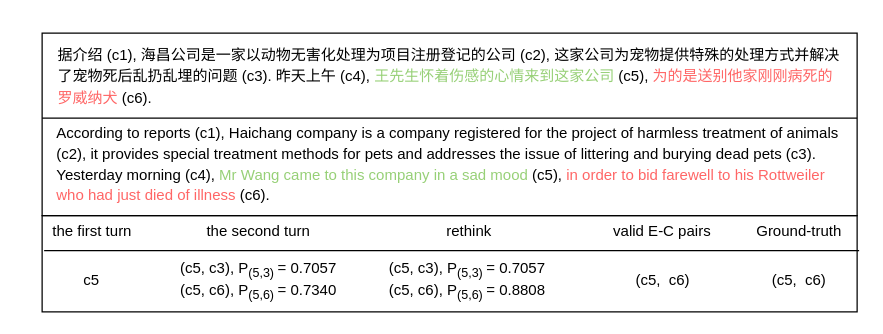
This is case.drawio from zhoucz97/paper_figure, a draw.io file, before an edit. Source tidied: cells renumbered, new cells numbered last; positions are measured from the earlier drawing's top-left corner, leaving out a move shared by most shapes. Both pictures are drawn from the tidied source at 125%, with x=0, y=0 at pixel (34, 32).
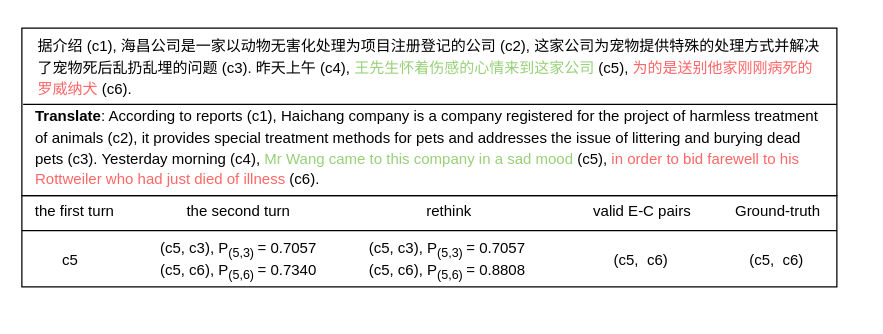
After the change.

The edit, as a diff of the source:
```diff
@@
 <mxGraphModel>
   <root>
     <mxCell id="0" />
     <mxCell id="1" parent="0" />
     <mxCell id="2" style="rounded=0;whiteSpace=wrap;html=1;shadow=0;glass=0;sketch=0;strokeWidth=1;gradientColor=#FFFFFF;fillColor=none;" parent="1" vertex="1">
-      <mxGeometry x="6.2" width="652" height="146" as="geometry" />
+      <mxGeometry x="-10" y="-4" width="652" height="134" as="geometry" />
     </mxCell>
     <mxCell id="3" value="&lt;p style=&quot;line-height: 140%&quot;&gt;据介绍 (c1), 海昌公司是一家以动物无害化处理为项目注册登记的公司 (c2), 这家公司为宠物提供特殊的处理方式并解决了宠物死后乱扔乱埋的问题 (c3). 昨天上午 (c4), &lt;font color=&quot;#97d077&quot;&gt;王先生怀着伤感的心情来到这家公司&lt;/font&gt; (c5), &lt;font color=&quot;#ff6666&quot;&gt;为的是送别他家刚刚病死的罗威纳犬&lt;/font&gt; (c6).&lt;/p&gt;" style="text;html=1;align=left;verticalAlign=middle;whiteSpace=wrap;rounded=0;glass=0;shadow=0;sketch=0;perimeterSpacing=0;strokeWidth=0;fillColor=#ffffff;gradientColor=#FFFFFF;" parent="1" vertex="1">
-      <mxGeometry x="17.2" y="5" width="630" height="60" as="geometry" />
+      <mxGeometry x="1" y="-1" width="630" height="58" as="geometry" />
     </mxCell>
-    <mxCell id="4" value="&lt;p style=&quot;line-height: 140%&quot;&gt;According to reports (c1), Haichang company is a company registered for the project of harmless treatment of animals (c2), it provides special treatment methods for pets and addresses the issue of littering and burying dead pets (c3). Yesterday morning (c4), &lt;font color=&quot;#97d077&quot;&gt;Mr Wang came to this company in a sad mood&lt;/font&gt; (c5), &lt;font color=&quot;#ff6666&quot;&gt;in order to bid farewell to his Rottweiler who had just died of illness&lt;/font&gt; (c6).&lt;/p&gt;" style="text;html=1;fillColor=none;align=left;verticalAlign=middle;whiteSpace=wrap;rounded=0;strokeWidth=0;" parent="1" vertex="1">
-      <mxGeometry x="16.2" y="70" width="630" height="70" as="geometry" />
+    <mxCell id="4" value="&lt;p style=&quot;line-height: 140%&quot;&gt;&lt;b&gt;Translate&lt;/b&gt;: According to reports (c1), Haichang company is a company registered for the project of harmless treatment of animals (c2), it provides special treatment methods for pets and addresses the issue of littering and burying dead pets (c3). Yesterday morning (c4), &lt;font color=&quot;#97d077&quot;&gt;Mr Wang came to this company in a sad mood&lt;/font&gt; (c5), &lt;font color=&quot;#ff6666&quot;&gt;in order to bid farewell to his Rottweiler who had just died of illness&lt;/font&gt; (c6).&lt;/p&gt;" style="text;html=1;fillColor=none;align=left;verticalAlign=middle;whiteSpace=wrap;rounded=0;strokeWidth=0;" parent="1" vertex="1">
+      <mxGeometry x="-1.2" y="57" width="630" height="70" as="geometry" />
     </mxCell>
     <mxCell id="5" style="endArrow=none;html=1;strokeWidth=1;" parent="1" edge="1">
       <mxGeometry relative="1" as="geometry">
-        <mxPoint x="6.2" y="68" as="sourcePoint" />
-        <mxPoint x="658.2" y="68" as="targetPoint" />
+        <mxPoint x="-9" y="57" as="sourcePoint" />
+        <mxPoint x="642" y="57" as="targetPoint" />
       </mxGeometry>
     </mxCell>
     <mxCell id="6" value="Ground-truth" style="text;html=1;strokeColor=none;fillColor=none;align=center;verticalAlign=middle;whiteSpace=wrap;rounded=0;shadow=0;glass=0;sketch=0;" parent="1" vertex="1">
-      <mxGeometry x="566.2" y="149" width="92" height="20" as="geometry" />
+      <mxGeometry x="553.8" y="133" width="82" height="20" as="geometry" />
     </mxCell>
     <mxCell id="7" value="&lt;font style=&quot;font-size: 12px&quot;&gt;the first turn&lt;/font&gt;" style="text;html=1;strokeColor=none;fillColor=none;align=center;verticalAlign=middle;whiteSpace=wrap;rounded=0;shadow=0;glass=0;sketch=0;" parent="1" vertex="1">
-      <mxGeometry x="7.8" y="149" width="76.5" height="20" as="geometry" />
+      <mxGeometry x="-2.2" y="133" width="69" height="20" as="geometry" />
     </mxCell>
     <mxCell id="8" value="the second turn" style="text;html=1;strokeColor=none;fillColor=none;align=center;verticalAlign=middle;whiteSpace=wrap;rounded=0;shadow=0;glass=0;sketch=0;" parent="1" vertex="1">
-      <mxGeometry x="130.2" y="149" width="99" height="20" as="geometry" />
+      <mxGeometry x="114" y="133" width="99" height="20" as="geometry" />
     </mxCell>
     <mxCell id="9" value="rethink" style="text;html=1;strokeColor=none;fillColor=none;align=center;verticalAlign=middle;whiteSpace=wrap;rounded=0;shadow=0;glass=0;sketch=0;" parent="1" vertex="1">
-      <mxGeometry x="307.8" y="149" width="80" height="20" as="geometry" />
+      <mxGeometry x="291.5" y="133" width="80" height="20" as="geometry" />
     </mxCell>
     <mxCell id="10" value="valid E-C pairs" style="text;html=1;strokeColor=none;fillColor=none;align=center;verticalAlign=middle;whiteSpace=wrap;rounded=0;shadow=0;glass=0;sketch=0;" parent="1" vertex="1">
-      <mxGeometry x="442.2" y="149" width="121" height="20" as="geometry" />
+      <mxGeometry x="426" y="133" width="121" height="20" as="geometry" />
     </mxCell>
     <mxCell id="11" value="(c5,&amp;nbsp; c6)" style="text;html=1;strokeColor=none;fillColor=none;align=center;verticalAlign=middle;whiteSpace=wrap;rounded=0;shadow=0;glass=0;sketch=0;" parent="1" vertex="1">
-      <mxGeometry x="566.2" y="188" width="92" height="20" as="geometry" />
+      <mxGeometry x="556.8" y="172" width="74" height="20" as="geometry" />
     </mxCell>
     <mxCell id="12" value="c5" style="text;html=1;strokeColor=none;fillColor=none;align=center;verticalAlign=middle;whiteSpace=wrap;rounded=0;shadow=0;glass=0;sketch=0;" parent="1" vertex="1">
-      <mxGeometry y="188" width="92" height="20" as="geometry" />
+      <mxGeometry x="-6.2" y="172" width="70" height="20" as="geometry" />
     </mxCell>
     <mxCell id="13" value="(c5, c3), P&lt;sub&gt;(5,3) &lt;/sub&gt;= 0.7057&lt;br&gt;(c5, c6), P&lt;sub&gt;(5,6) &lt;/sub&gt;= 0.7340" style="text;html=1;strokeColor=none;fillColor=none;align=center;verticalAlign=middle;whiteSpace=wrap;rounded=0;shadow=0;glass=0;sketch=0;" parent="1" vertex="1">
-      <mxGeometry x="107.2" y="180" width="145" height="36" as="geometry" />
+      <mxGeometry x="91" y="164" width="145" height="36" as="geometry" />
     </mxCell>
     <mxCell id="14" value="(c5, c3), P&lt;sub&gt;(5,3) &lt;/sub&gt;= 0.7057&lt;br&gt;(c5, c6), P&lt;sub&gt;(5,6) &lt;/sub&gt;= 0.8808" style="text;html=1;strokeColor=none;fillColor=none;align=center;verticalAlign=middle;whiteSpace=wrap;rounded=0;shadow=0;glass=0;sketch=0;" parent="1" vertex="1">
-      <mxGeometry x="274.2" y="180" width="145" height="36" as="geometry" />
+      <mxGeometry x="258" y="164" width="145" height="36" as="geometry" />
     </mxCell>
     <mxCell id="15" value="(c5,&amp;nbsp; c6)" style="text;html=1;strokeColor=none;fillColor=none;align=center;verticalAlign=middle;whiteSpace=wrap;rounded=0;shadow=0;glass=0;sketch=0;" parent="1" vertex="1">
-      <mxGeometry x="456.8" y="188" width="92" height="20" as="geometry" />
+      <mxGeometry x="440.5" y="172" width="89.2" height="20" as="geometry" />
     </mxCell>
     <mxCell id="16" style="rounded=0;whiteSpace=wrap;html=1;shadow=0;glass=0;sketch=0;strokeColor=#000000;strokeWidth=1;fillColor=none;gradientColor=#FFFFFF;" parent="1" vertex="1">
-      <mxGeometry x="6.2" y="146" width="652" height="77" as="geometry" />
+      <mxGeometry x="-10" y="130" width="652" height="73" as="geometry" />
     </mxCell>
     <mxCell id="17" style="endArrow=none;html=1;" parent="1" edge="1">
       <mxGeometry relative="1" as="geometry">
-        <mxPoint x="7.8" y="174" as="sourcePoint" />
-        <mxPoint x="659.8" y="174" as="targetPoint" />
+        <mxPoint x="-10" y="158" as="sourcePoint" />
+        <mxPoint x="642" y="158" as="targetPoint" />
       </mxGeometry>
     </mxCell>
   </root>
 </mxGraphModel>
```
